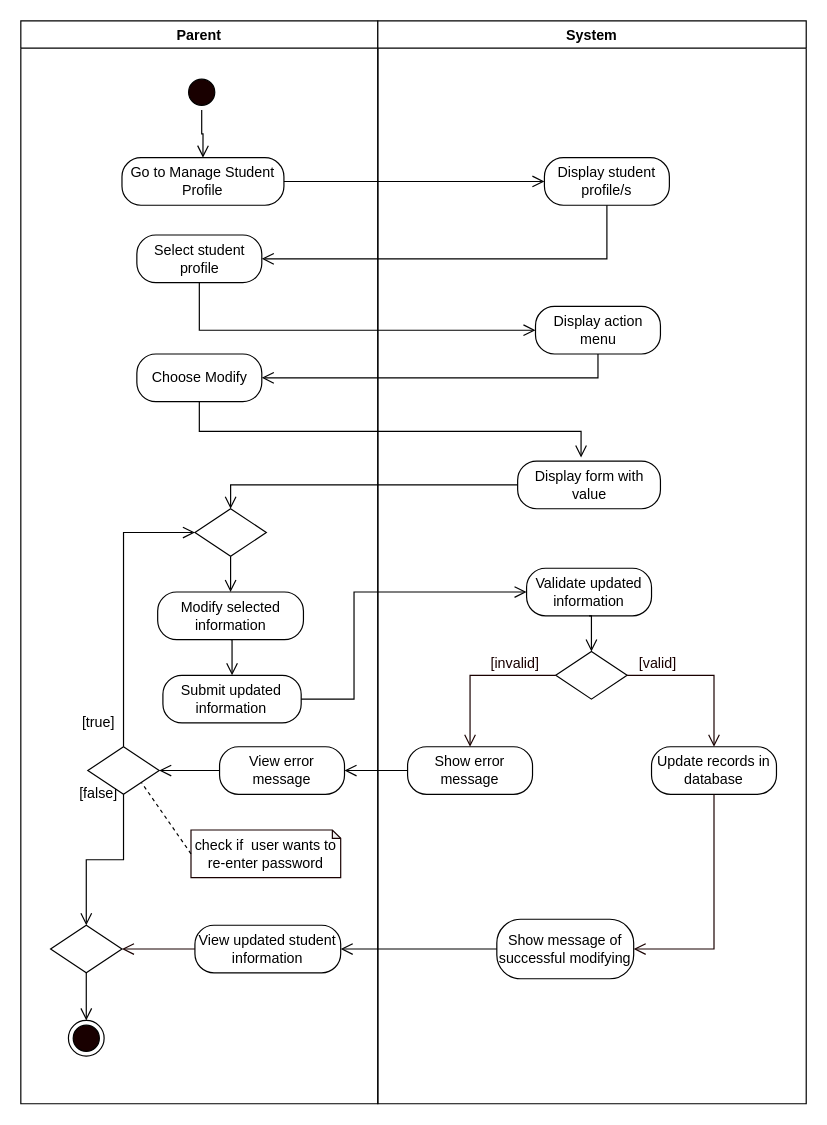
This is page "Modify Student Profile" (3 of 12) of REVISIONS/UML-DIAGRAMS/6-28-2021/ACTIVITY DIAGRAM/ACTIVITY DIAGRAM.drawio from mrklglsn/CAPSTONE-FILES, a draw.io file, before an edit. Source tidied: cells renumbered, new cells numbered last; positions are measured from the earlier drawing's top-left corner, leaving out a move shared by most shapes. Both pictures are drawn from the tidied source at 119%, with x=0, y=0 at pixel (20, 20).
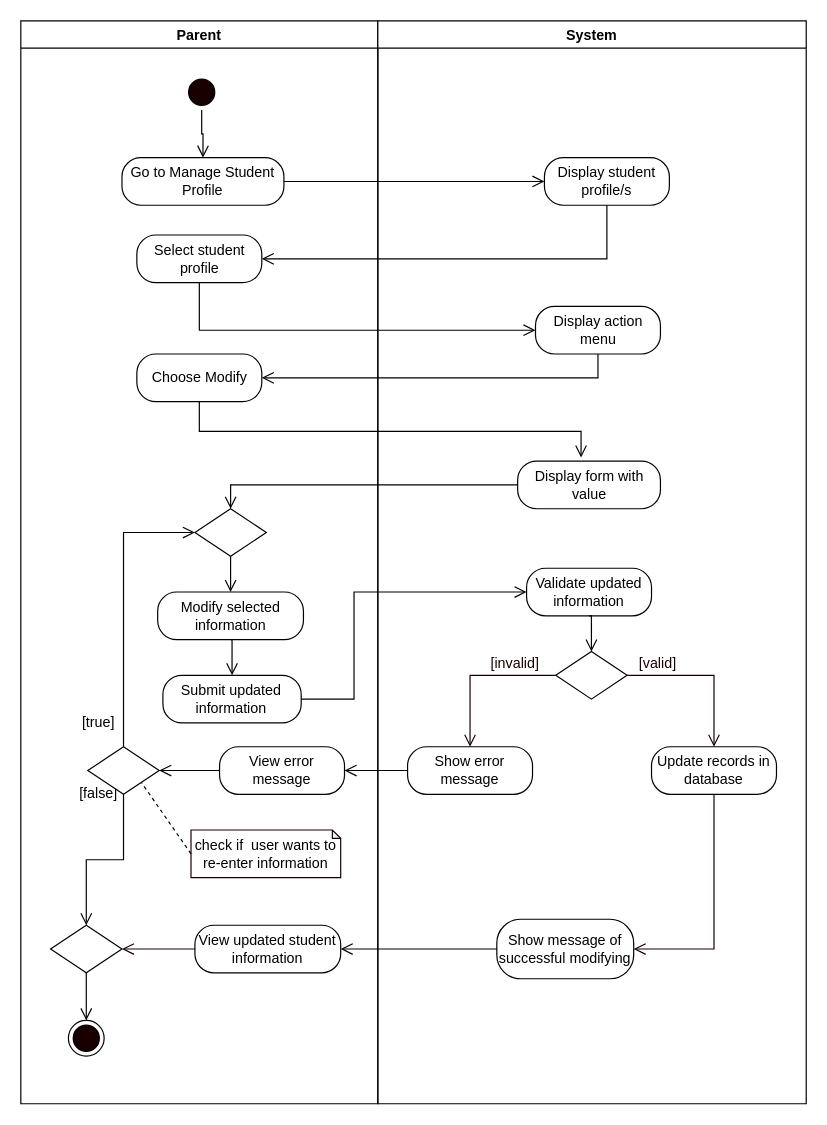
After the change.

Unchanged cells that the change refers to:
```xml
<mxCell id="2" value="Parent" style="swimlane;startSize=23;" parent="1" vertex="1">
  <mxGeometry width="300" height="910" as="geometry" />
</mxCell>
```

Diff of the diagram source:
```diff
@@
-    <mxCell id="17" value="check if&amp;nbsp; user wants to re-enter password" style="shape=note;whiteSpace=wrap;html=1;backgroundOutline=1;darkOpacity=0.05;strokeColor=#190000;size=7;" parent="2" vertex="1">
+    <mxCell id="17" value="check if&amp;nbsp; user wants to re-enter information" style="shape=note;whiteSpace=wrap;html=1;backgroundOutline=1;darkOpacity=0.05;strokeColor=#190000;size=7;" parent="2" vertex="1">
       <mxGeometry x="143" y="680" width="125.8" height="40" as="geometry" />
     </mxCell>
```
